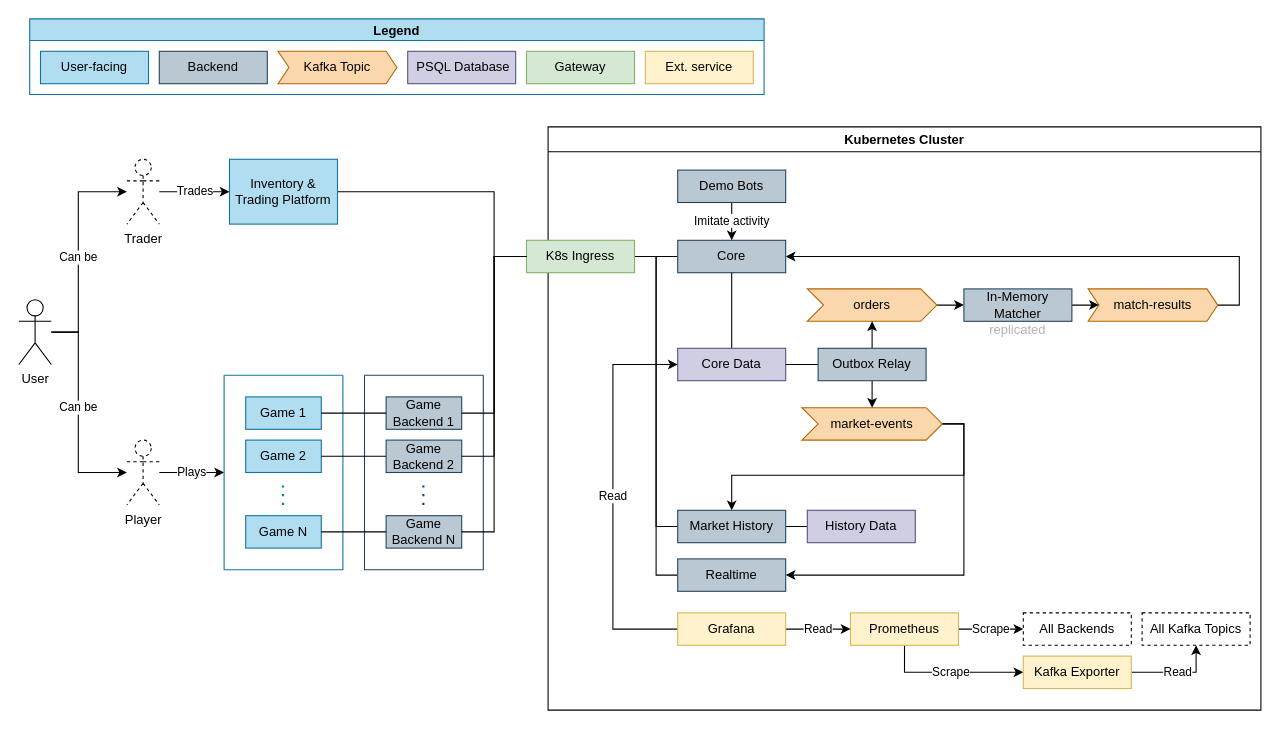
Above: docs/architecture.drawio in david-d25/game-item-exchange (draw.io), before the change. Source tidied: cells renumbered, new cells numbered last; positions are measured from the earlier drawing's top-left corner, leaving out a move shared by most shapes. Both pictures are drawn from the tidied source at 108%, with x=0, y=0 at pixel (18, 18).
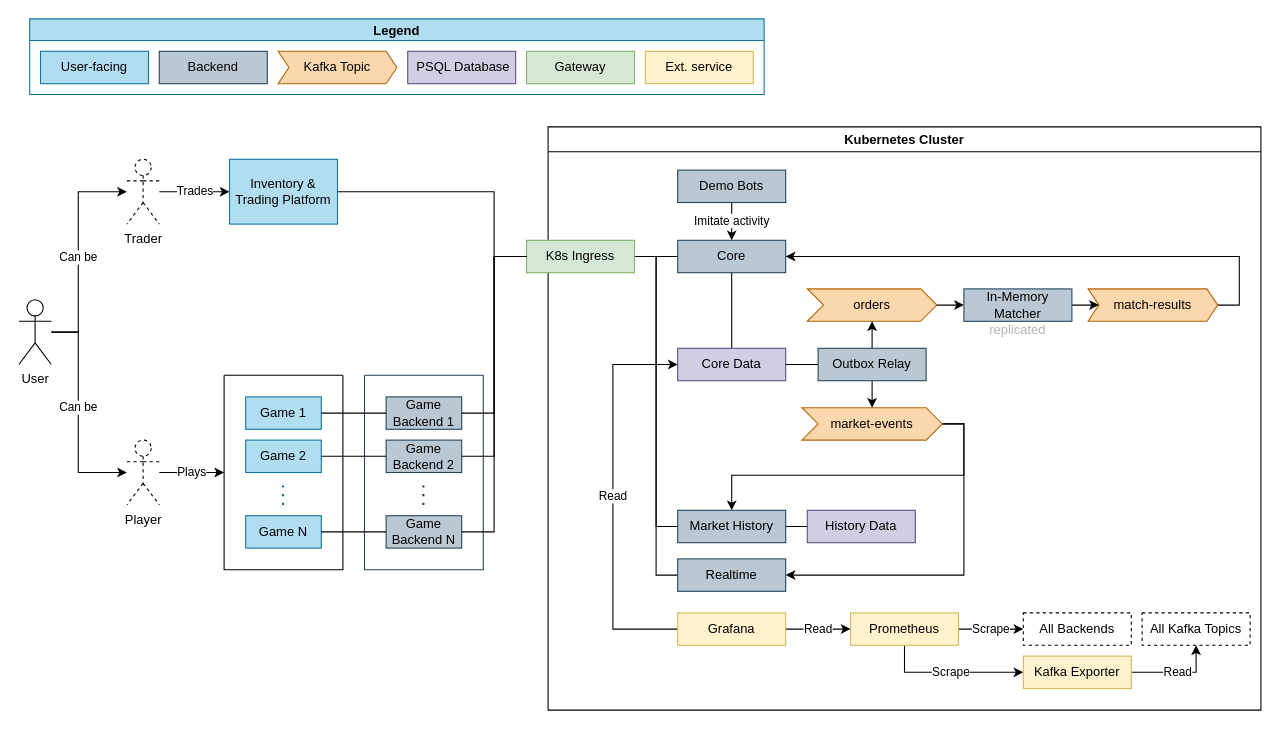
The same diagram, later.

Change to the diagram source:
```diff
@@
-    <mxCell id="6" style="swimlane;startSize=0;fillColor=#b1ddf0;strokeColor=#10739e;" parent="1" vertex="1">
+    <mxCell id="6" style="swimlane;startSize=0;fillColor=#b1ddf0;strokeColor=#000000;" parent="1" vertex="1">
       <mxGeometry x="190" y="330" width="110" height="180" as="geometry" />
     </mxCell>
```
